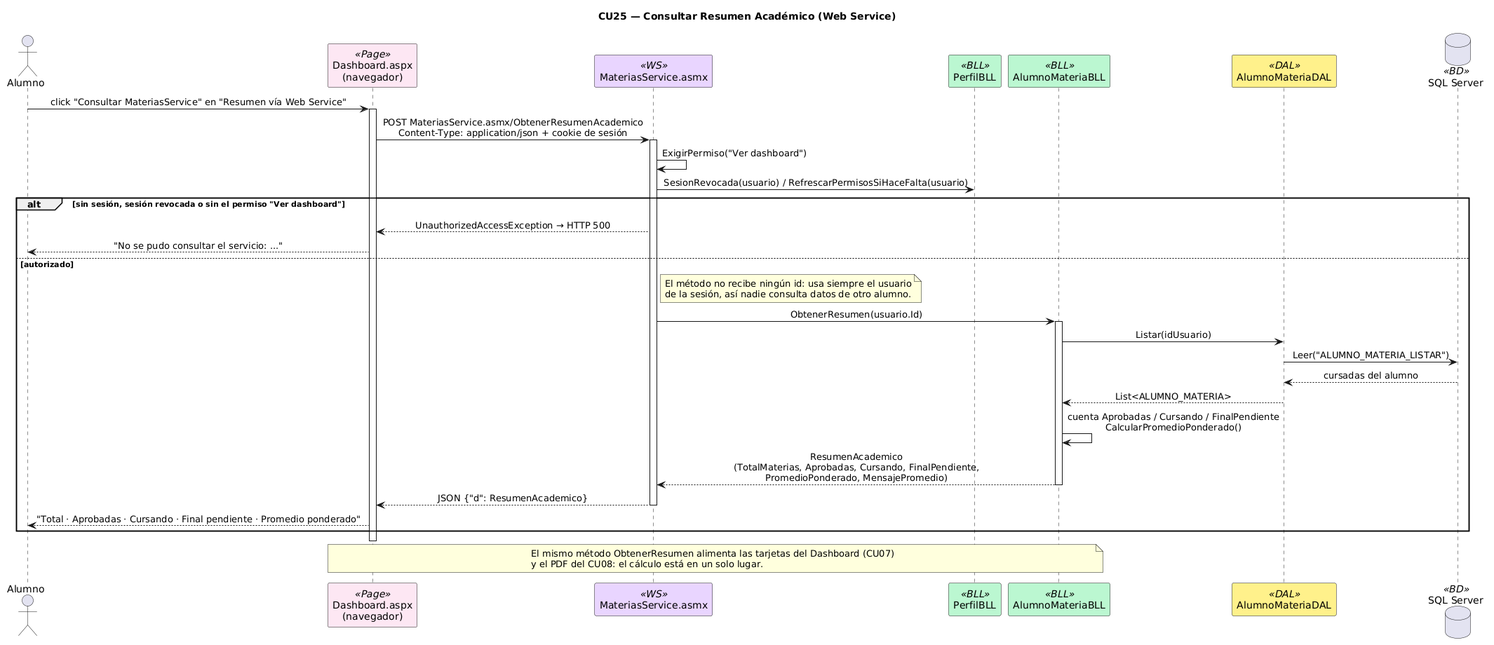
This is DIAGRAMAS/Secuencia_CU25_ConsultarResumenWebService.png from Urrels/tpDYAWeb, a PlantUML export, as it was before one commit.
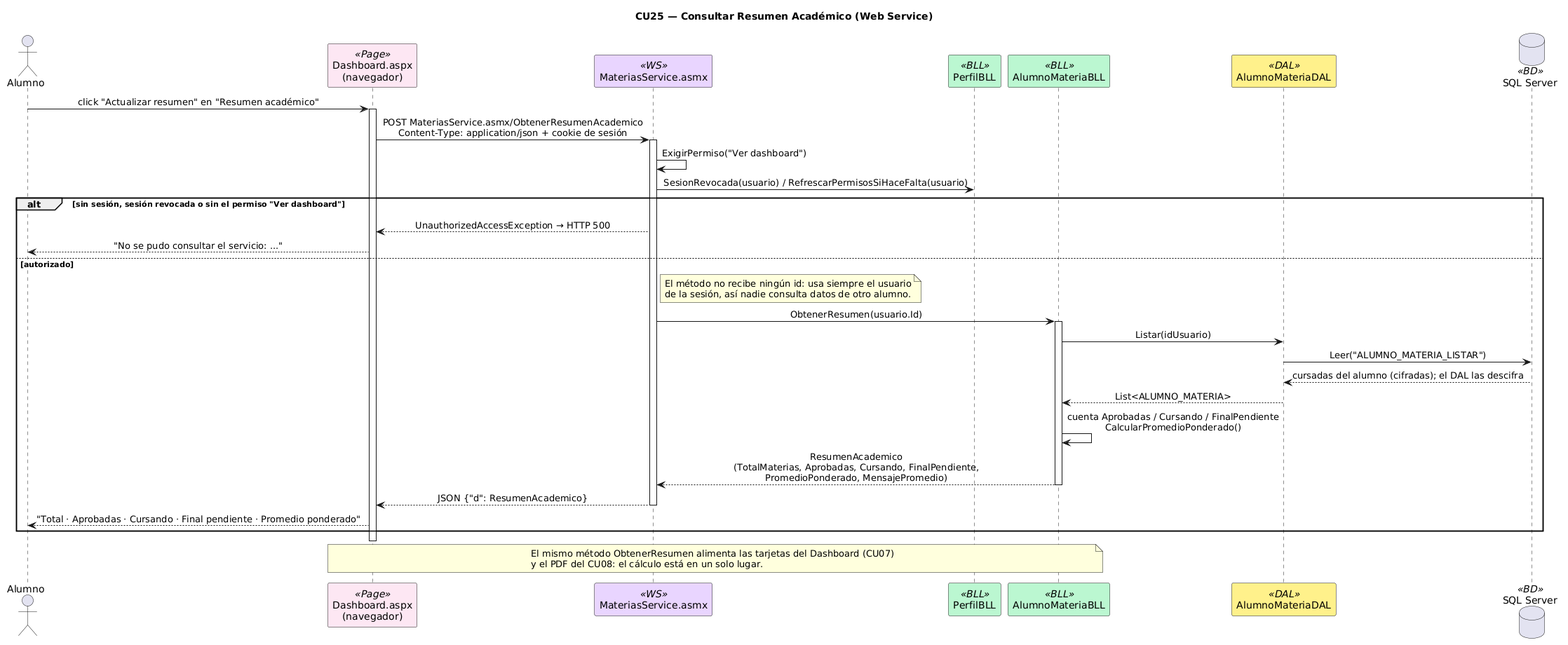
The same file after the commit.

The edit, as a diff of the source:
```diff
@@ -3,13 +3,12 @@
 skinparam sequenceMessageAlign center
 skinparam shadowing false
 skinparam sequenceParticipant {
-    BackgroundColor<<Page>> #FCE7F3
-    BackgroundColor<<WS>> #E9D5FF
-    BackgroundColor<<BLL>> #BBF7D0
-    BackgroundColor<<DAL>> #FEF08A
-    BackgroundColor<<BD>> #DBEAFE
+BackgroundColor<<Page>> #FCE7F3
+BackgroundColor<<WS>> #E9D5FF
+BackgroundColor<<BLL>> #BBF7D0
+BackgroundColor<<DAL>> #FEF08A
+BackgroundColor<<BD>> #DBEAFE
 }
-
 actor Alumno as A
 participant "Dashboard.aspx\n(navegador)" as PAGE <<Page>>
 participant "MateriasService.asmx" as WS <<WS>>
@@ -17,39 +16,36 @@
 participant "AlumnoMateriaBLL" as BLL <<BLL>>
 participant "AlumnoMateriaDAL" as DAL <<DAL>>
 database "SQL Server" as DB <<BD>>
-
-A -> PAGE : click "Consultar MateriasService" en "Resumen vía Web Service"
+A -> PAGE : click "Actualizar resumen" en "Resumen académico"
 activate PAGE
 PAGE -> WS : POST MateriasService.asmx/ObtenerResumenAcademico\nContent-Type: application/json + cookie de sesión
 activate WS
 WS -> WS : ExigirPermiso("Ver dashboard")
 WS -> PBLL : SesionRevocada(usuario) / RefrescarPermisosSiHaceFalta(usuario)
-
 alt sin sesión, sesión revocada o sin el permiso "Ver dashboard"
-  WS --> PAGE : UnauthorizedAccessException → HTTP 500
-  PAGE --> A : "No se pudo consultar el servicio: ..."
+WS --> PAGE : UnauthorizedAccessException → HTTP 500
+PAGE --> A : "No se pudo consultar el servicio: ..."
 else autorizado
-  note right of WS
-    El método no recibe ningún id: usa siempre el usuario
-    de la sesión, así nadie consulta datos de otro alumno.
-  end note
-  WS -> BLL : ObtenerResumen(usuario.Id)
-  activate BLL
-  BLL -> DAL : Listar(idUsuario)
-  DAL -> DB : Leer("ALUMNO_MATERIA_LISTAR")
-  DB --> DAL : cursadas del alumno
-  DAL --> BLL : List<ALUMNO_MATERIA>
-  BLL -> BLL : cuenta Aprobadas / Cursando / FinalPendiente\nCalcularPromedioPonderado()
-  BLL --> WS : ResumenAcademico\n(TotalMaterias, Aprobadas, Cursando, FinalPendiente,\nPromedioPonderado, MensajePromedio)
-  deactivate BLL
-  WS --> PAGE : JSON {"d": ResumenAcademico}
-  deactivate WS
-  PAGE --> A : "Total · Aprobadas · Cursando · Final pendiente · Promedio ponderado"
+note right of WS
+El método no recibe ningún id: usa siempre el usuario
+de la sesión, así nadie consulta datos de otro alumno.
+end note
+WS -> BLL : ObtenerResumen(usuario.Id)
+activate BLL
+BLL -> DAL : Listar(idUsuario)
+DAL -> DB : Leer("ALUMNO_MATERIA_LISTAR")
+DB --> DAL : cursadas del alumno (cifradas); el DAL las descifra
+DAL --> BLL : List<ALUMNO_MATERIA>
+BLL -> BLL : cuenta Aprobadas / Cursando / FinalPendiente\nCalcularPromedioPonderado()
+BLL --> WS : ResumenAcademico\n(TotalMaterias, Aprobadas, Cursando, FinalPendiente,\nPromedioPonderado, MensajePromedio)
+deactivate BLL
+WS --> PAGE : JSON {"d": ResumenAcademico}
+deactivate WS
+PAGE --> A : "Total · Aprobadas · Cursando · Final pendiente · Promedio ponderado"
 end
 deactivate PAGE
-
 note over PAGE, BLL
-  El mismo método ObtenerResumen alimenta las tarjetas del Dashboard (CU07)
-  y el PDF del CU08: el cálculo está en un solo lugar.
+El mismo método ObtenerResumen alimenta las tarjetas del Dashboard (CU07)
+y el PDF del CU08: el cálculo está en un solo lugar.
 end note
 @enduml
```
